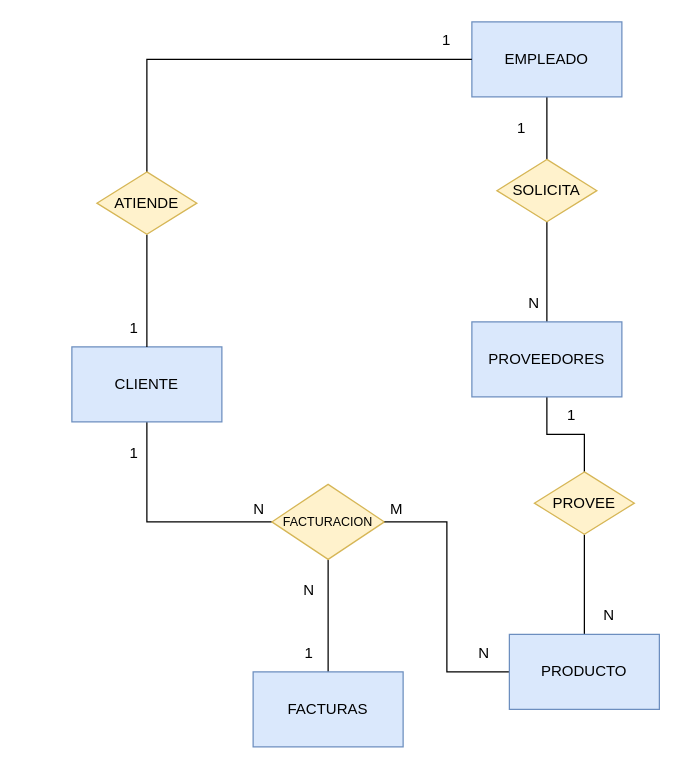
The draw.io diagram Taller Base de Datos/diagrama.drawio in MoraJuan/Pagina-BD, before the edit. Source tidied: cells renumbered, new cells numbered last; positions are measured from the earlier drawing's top-left corner, leaving out a move shared by most shapes. Both pictures are drawn from the tidied source at 125%, with x=0, y=0 at pixel (71, 21).
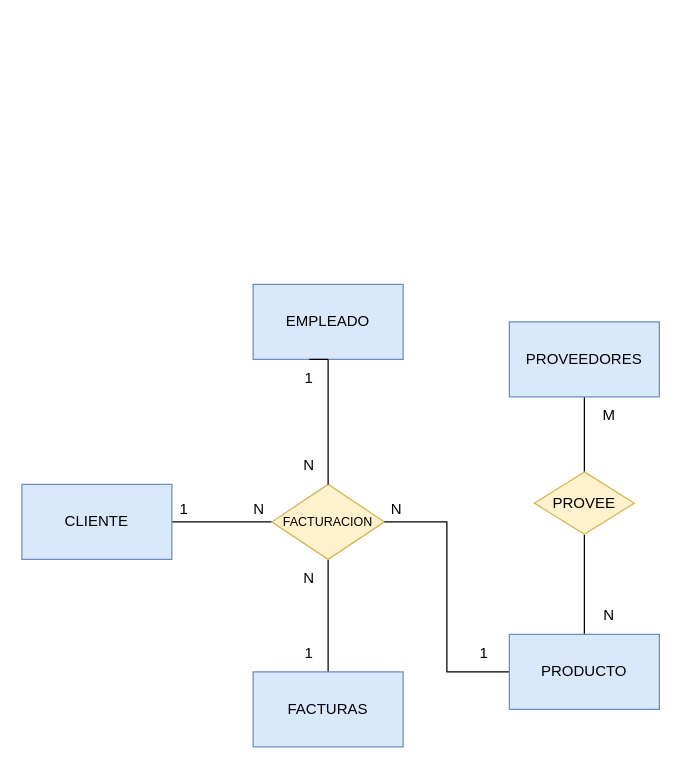
Above is the later version.

Unchanged cells that the change refers to:
```xml
<mxCell id="14" value="&lt;font style=&quot;font-size: 10px;&quot;&gt;FACTURACION&lt;/font&gt;" style="rhombus;whiteSpace=wrap;html=1;fillColor=#fff2cc;strokeColor=#d6b656;" parent="1" vertex="1">
  <mxGeometry x="160" y="370" width="90" height="60" as="geometry" />
</mxCell>
```

Diff of the diagram source:
```diff
@@
-    <mxCell id="2" style="edgeStyle=orthogonalEdgeStyle;rounded=0;jettySize=auto;html=1;exitX=0.5;exitY=1;exitDx=0;exitDy=0;entryX=0;entryY=0.5;entryDx=0;entryDy=0;endArrow=none;endFill=0;" parent="1" edge="1" source="3" target="14">
+    <mxCell id="2" style="edgeStyle=orthogonalEdgeStyle;rounded=0;jettySize=auto;html=1;exitX=1;exitY=0.5;exitDx=0;exitDy=0;entryX=0;entryY=0.5;entryDx=0;entryDy=0;endArrow=none;endFill=0;" parent="1" edge="1" source="3" target="14">
       <mxGeometry relative="1" as="geometry" />
     </mxCell>
     <mxCell id="3" value="CLIENTE" style="rounded=0;whiteSpace=wrap;html=1;fillColor=#dae8fc;strokeColor=#6c8ebf;" parent="1" vertex="1">
-      <mxGeometry y="260" width="120" height="60" as="geometry" />
+      <mxGeometry x="-40" y="370" width="120" height="60" as="geometry" />
     </mxCell>
-    <mxCell id="4" style="edgeStyle=orthogonalEdgeStyle;rounded=0;jettySize=auto;html=1;exitX=0.5;exitY=1;exitDx=0;exitDy=0;endArrow=none;endFill=0;" parent="1" edge="1" source="5" target="31">
-      <mxGeometry relative="1" as="geometry" />
-    </mxCell>
     <mxCell id="5" value="EMPLEADO" style="rounded=0;whiteSpace=wrap;html=1;fillColor=#dae8fc;strokeColor=#6c8ebf;" parent="1" vertex="1">
-      <mxGeometry x="320" width="120" height="60" as="geometry" />
+      <mxGeometry x="145" y="210" width="120" height="60" as="geometry" />
     </mxCell>
@@
-    <mxCell id="7" style="edgeStyle=orthogonalEdgeStyle;rounded=0;jettySize=auto;html=1;exitX=0.5;exitY=0;exitDx=0;exitDy=0;entryX=0.5;entryY=1;entryDx=0;entryDy=0;endArrow=none;endFill=0;" parent="1" edge="1" source="8" target="31">
-      <mxGeometry relative="1" as="geometry">
-        <Array as="points">
-          <mxPoint x="380" y="170" />
-          <mxPoint x="380" y="170" />
-        </Array>
-      </mxGeometry>
-    </mxCell>
     <mxCell id="8" value="PROVEEDORES" style="rounded=0;whiteSpace=wrap;html=1;fillColor=#dae8fc;strokeColor=#6c8ebf;" parent="1" vertex="1">
-      <mxGeometry x="320" y="240" width="120" height="60" as="geometry" />
+      <mxGeometry x="350" y="240" width="120" height="60" as="geometry" />
     </mxCell>
@@
-    <mxCell id="11" style="edgeStyle=orthogonalEdgeStyle;rounded=0;jettySize=auto;html=1;endArrow=none;endFill=0;exitX=0.5;exitY=1;exitDx=0;exitDy=0;" parent="1" edge="1" source="13" target="3">
-      <mxGeometry relative="1" as="geometry" />
-    </mxCell>
-    <mxCell id="12" style="edgeStyle=orthogonalEdgeStyle;rounded=0;jettySize=auto;html=1;exitX=0.5;exitY=0;exitDx=0;exitDy=0;endArrow=none;endFill=0;entryX=0;entryY=0.5;entryDx=0;entryDy=0;" parent="1" edge="1" source="13" target="5">
-      <mxGeometry relative="1" as="geometry" />
+    <mxCell id="12" style="edgeStyle=orthogonalEdgeStyle;rounded=0;jettySize=auto;html=1;exitX=0.5;exitY=0;exitDx=0;exitDy=0;endArrow=none;endFill=0;entryX=0.5;entryY=1;entryDx=0;entryDy=0;" parent="1" edge="1" target="5">
+      <mxGeometry relative="1" as="geometry">
+        <mxPoint x="190" y="270" as="sourcePoint" />
+      </mxGeometry>
     </mxCell>
-    <mxCell id="13" value="ATIENDE" style="rhombus;whiteSpace=wrap;html=1;fillColor=#fff2cc;strokeColor=#d6b656;" parent="1" vertex="1">
-      <mxGeometry x="20" y="120" width="80" height="50" as="geometry" />
-    </mxCell>
@@
-    <mxCell id="15" value="1" style="text;html=1;strokeColor=none;fillColor=none;align=center;verticalAlign=middle;whiteSpace=wrap;rounded=0;" parent="1" vertex="1">
-      <mxGeometry x="330" y="70" width="60" height="30" as="geometry" />
-    </mxCell>
-    <mxCell id="16" value="1" style="text;html=1;strokeColor=none;fillColor=none;align=center;verticalAlign=middle;whiteSpace=wrap;rounded=0;" parent="1" vertex="1">
-      <mxGeometry x="20" y="230" width="60" height="30" as="geometry" />
-    </mxCell>
     <mxCell id="17" value="1" style="text;html=1;strokeColor=none;fillColor=none;align=center;verticalAlign=middle;whiteSpace=wrap;rounded=0;" parent="1" vertex="1">
-      <mxGeometry x="20" y="330" width="60" height="30" as="geometry" />
+      <mxGeometry x="60" y="375" width="60" height="30" as="geometry" />
     </mxCell>
@@
-    <mxCell id="19" value="1" style="text;html=1;strokeColor=none;fillColor=none;align=center;verticalAlign=middle;whiteSpace=wrap;rounded=0;" parent="1" vertex="1">
-      <mxGeometry x="370" y="300" width="60" height="30" as="geometry" />
+    <mxCell id="19" value="M" style="text;html=1;strokeColor=none;fillColor=none;align=center;verticalAlign=middle;whiteSpace=wrap;rounded=0;" parent="1" vertex="1">
+      <mxGeometry x="400" y="300" width="60" height="30" as="geometry" />
     </mxCell>
@@
-    <mxCell id="21" value="M" style="text;html=1;strokeColor=none;fillColor=none;align=center;verticalAlign=middle;whiteSpace=wrap;rounded=0;" parent="1" vertex="1">
+    <mxCell id="21" value="N" style="text;html=1;strokeColor=none;fillColor=none;align=center;verticalAlign=middle;whiteSpace=wrap;rounded=0;" parent="1" vertex="1">
       <mxGeometry x="230" y="375" width="60" height="30" as="geometry" />
     </mxCell>
     <mxCell id="22" value="N" style="text;html=1;strokeColor=none;fillColor=none;align=center;verticalAlign=middle;whiteSpace=wrap;rounded=0;" parent="1" vertex="1">
-      <mxGeometry x="160" y="440" width="60" height="30" as="geometry" />
+      <mxGeometry x="160" y="430" width="60" height="30" as="geometry" />
     </mxCell>
@@
-    <mxCell id="26" value="N" style="text;html=1;strokeColor=none;fillColor=none;align=center;verticalAlign=middle;whiteSpace=wrap;rounded=0;" parent="1" vertex="1">
+    <mxCell id="26" value="1" style="text;html=1;strokeColor=none;fillColor=none;align=center;verticalAlign=middle;whiteSpace=wrap;rounded=0;" parent="1" vertex="1">
       <mxGeometry x="300" y="490" width="60" height="30" as="geometry" />
     </mxCell>
@@
+    <mxCell id="30" value="PROVEE" style="rhombus;whiteSpace=wrap;html=1;fillColor=#fff2cc;strokeColor=#d6b656;" parent="1" vertex="1">
+      <mxGeometry x="370" y="360" width="80" height="50" as="geometry" />
+    </mxCell>
+    <mxCell id="32" style="edgeStyle=orthogonalEdgeStyle;rounded=0;jettySize=auto;html=1;exitX=0.5;exitY=0;exitDx=0;exitDy=0;endArrow=none;endFill=0;entryX=0.5;entryY=1;entryDx=0;entryDy=0;" parent="1" edge="1" source="14" target="5">
+      <mxGeometry relative="1" as="geometry" />
+    </mxCell>
     <mxCell id="28" value="N" style="text;html=1;strokeColor=none;fillColor=none;align=center;verticalAlign=middle;whiteSpace=wrap;rounded=0;" parent="1" vertex="1">
-      <mxGeometry x="340" y="210" width="60" height="30" as="geometry" />
+      <mxGeometry x="160" y="340" width="60" height="30" as="geometry" />
     </mxCell>
-    <mxCell id="29" value="1" style="text;html=1;strokeColor=none;fillColor=none;align=center;verticalAlign=middle;whiteSpace=wrap;rounded=0;" parent="1" vertex="1">
-      <mxGeometry x="270" width="60" height="30" as="geometry" />
-    </mxCell>
-    <mxCell id="30" value="PROVEE" style="rhombus;whiteSpace=wrap;html=1;fillColor=#fff2cc;strokeColor=#d6b656;" parent="1" vertex="1">
-      <mxGeometry x="370" y="360" width="80" height="50" as="geometry" />
-    </mxCell>
-    <mxCell id="31" value="SOLICITA" style="rhombus;whiteSpace=wrap;html=1;fillColor=#fff2cc;strokeColor=#d6b656;" parent="1" vertex="1">
-      <mxGeometry x="340" y="110" width="80" height="50" as="geometry" />
-    </mxCell>
+    <mxCell id="33" value="1" style="text;html=1;strokeColor=none;fillColor=none;align=center;verticalAlign=middle;whiteSpace=wrap;rounded=0;" parent="1" vertex="1">
+      <mxGeometry x="160" y="270" width="60" height="30" as="geometry" />
+    </mxCell>
```
